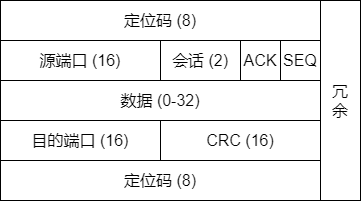
This is Project1-MinNE-python/report/images/frame.png from mrcaidev/computer-network-and-communication-technology, a draw.io export, as it was before one commit. Source tidied: cells renumbered, new cells last; positions are measured from the earlier drawing's top-left corner, leaving out a move shared by most shapes.
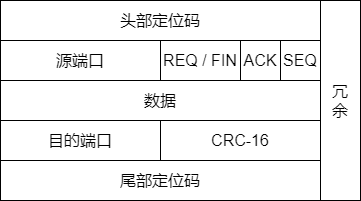
Later version of the same file.

What changed in the source:
```diff
@@ -2,22 +2,22 @@
   <root>
     <mxCell id="0" />
     <mxCell id="1" parent="0" />
-    <mxCell id="2" value="&lt;font style=&quot;font-size: 16px&quot;&gt;定位码 (8)&lt;/font&gt;" style="rounded=0;whiteSpace=wrap;html=1;align=center;" parent="1" vertex="1">
+    <mxCell id="2" value="&lt;font style=&quot;font-size: 16px&quot;&gt;头部定位码&lt;/font&gt;" style="rounded=0;whiteSpace=wrap;html=1;align=center;" parent="1" vertex="1">
       <mxGeometry width="320" height="40" as="geometry" />
     </mxCell>
-    <mxCell id="3" value="&lt;font style=&quot;font-size: 16px&quot;&gt;源端口 (16)&lt;/font&gt;" style="rounded=0;whiteSpace=wrap;html=1;align=center;" parent="1" vertex="1">
+    <mxCell id="3" value="&lt;font style=&quot;font-size: 16px&quot;&gt;源端口&lt;/font&gt;" style="rounded=0;whiteSpace=wrap;html=1;align=center;" parent="1" vertex="1">
       <mxGeometry y="40" width="160" height="40" as="geometry" />
     </mxCell>
-    <mxCell id="4" value="&lt;font style=&quot;font-size: 16px&quot;&gt;数据 (0-32)&lt;/font&gt;" style="rounded=0;whiteSpace=wrap;html=1;align=center;" parent="1" vertex="1">
+    <mxCell id="4" value="&lt;font style=&quot;font-size: 16px&quot;&gt;数据&lt;/font&gt;" style="rounded=0;whiteSpace=wrap;html=1;align=center;" parent="1" vertex="1">
       <mxGeometry y="80" width="320" height="40" as="geometry" />
     </mxCell>
-    <mxCell id="5" value="&lt;font style=&quot;font-size: 16px&quot;&gt;目的端口 (16)&lt;/font&gt;" style="rounded=0;whiteSpace=wrap;html=1;align=center;" parent="1" vertex="1">
+    <mxCell id="5" value="&lt;font style=&quot;font-size: 16px&quot;&gt;目的端口&lt;/font&gt;" style="rounded=0;whiteSpace=wrap;html=1;align=center;" parent="1" vertex="1">
       <mxGeometry y="120" width="160" height="40" as="geometry" />
     </mxCell>
-    <mxCell id="6" value="&lt;font style=&quot;font-size: 16px&quot;&gt;CRC (16)&lt;/font&gt;" style="rounded=0;whiteSpace=wrap;html=1;align=center;" parent="1" vertex="1">
+    <mxCell id="6" value="&lt;font style=&quot;font-size: 16px&quot;&gt;CRC-16&lt;/font&gt;" style="rounded=0;whiteSpace=wrap;html=1;align=center;" parent="1" vertex="1">
       <mxGeometry x="160" y="120" width="160" height="40" as="geometry" />
     </mxCell>
-    <mxCell id="7" value="&lt;font style=&quot;font-size: 16px&quot;&gt;定位码 (8)&lt;/font&gt;" style="rounded=0;whiteSpace=wrap;html=1;align=center;" parent="1" vertex="1">
+    <mxCell id="7" value="&lt;font style=&quot;font-size: 16px&quot;&gt;尾部定位码&lt;/font&gt;" style="rounded=0;whiteSpace=wrap;html=1;align=center;" parent="1" vertex="1">
       <mxGeometry y="160" width="320" height="40" as="geometry" />
     </mxCell>
     <mxCell id="8" value="&lt;font style=&quot;font-size: 16px&quot;&gt;冗&lt;br&gt;余&lt;/font&gt;" style="rounded=0;whiteSpace=wrap;html=1;" parent="1" vertex="1">
@@ -29,7 +29,7 @@
     <mxCell id="10" value="&lt;span style=&quot;font-size: 16px&quot;&gt;ACK&lt;/span&gt;" style="rounded=0;whiteSpace=wrap;html=1;align=center;" parent="1" vertex="1">
       <mxGeometry x="240" y="40" width="40" height="40" as="geometry" />
     </mxCell>
-    <mxCell id="11" value="&lt;span style=&quot;font-size: 16px&quot;&gt;会话 (2)&lt;/span&gt;" style="rounded=0;whiteSpace=wrap;html=1;align=center;" parent="1" vertex="1">
+    <mxCell id="11" value="&lt;span style=&quot;font-size: 16px&quot;&gt;REQ / FIN&lt;/span&gt;" style="rounded=0;whiteSpace=wrap;html=1;align=center;" parent="1" vertex="1">
       <mxGeometry x="160" y="40" width="80" height="40" as="geometry" />
     </mxCell>
   </root>
```
